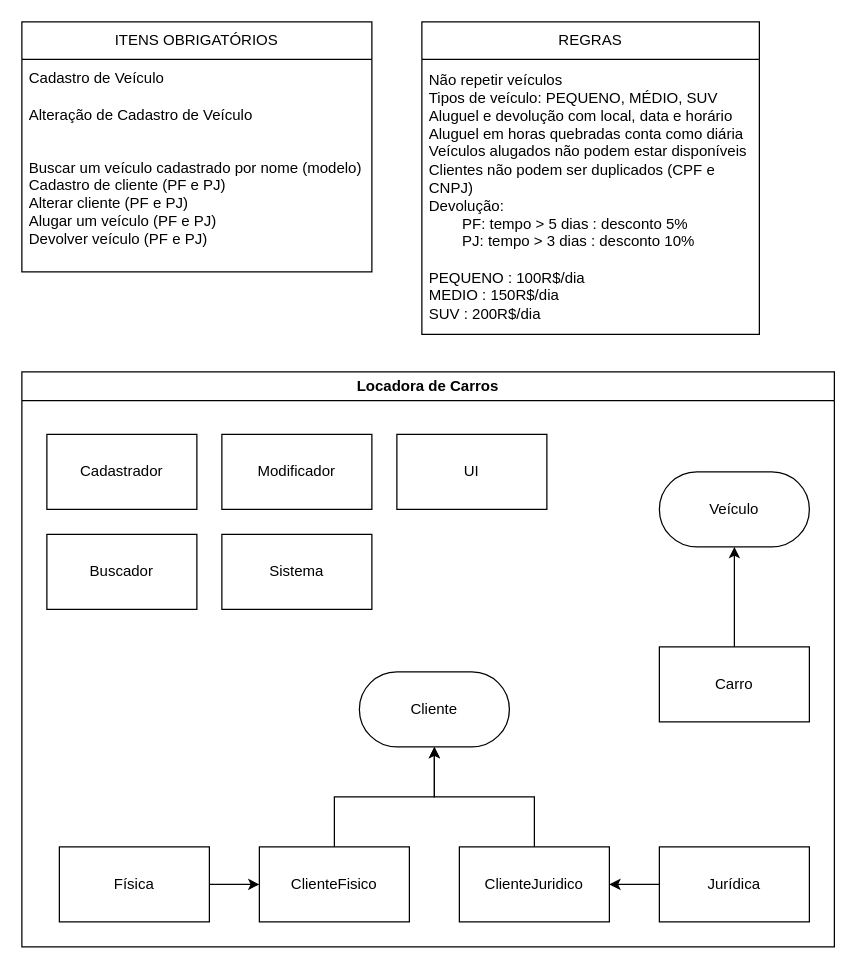
Above: page "Page-1" (1 of 3) of Locadora.drawio in jpastolfo/ADA-Locate-Car (draw.io), before the change. Source tidied: cells renumbered, new cells numbered last; positions are measured from the earlier drawing's top-left corner, leaving out a move shared by most shapes. Both pictures are drawn from the tidied source at 125%, with x=0, y=0 at pixel (21, 21).
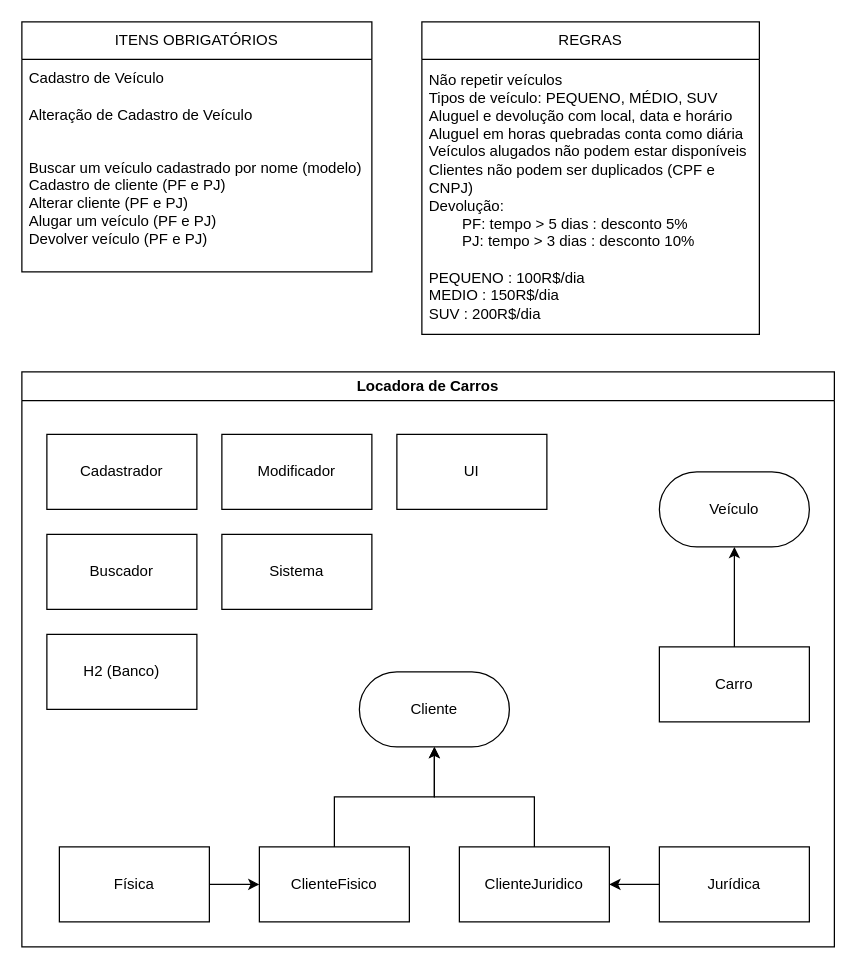
After the change.

Unchanged cells that the change refers to:
```xml
<mxCell id="9" value="Locadora de Carros" style="swimlane;whiteSpace=wrap;html=1;" parent="1" vertex="1">
  <mxGeometry y="280" width="650" height="460" as="geometry" />
</mxCell>
```

Diff of the diagram source:
```diff
@@
+    <mxCell id="27" value="H2 (Banco)" style="rounded=0;whiteSpace=wrap;html=1;" parent="9" vertex="1">
+      <mxGeometry x="20" y="210" width="120" height="60" as="geometry" />
+    </mxCell>
```
